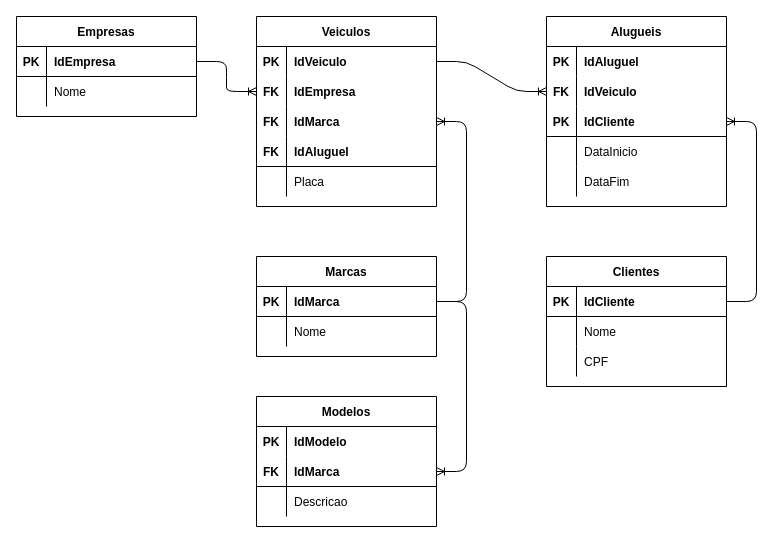
Above: page "logico" (2 of 2) of sprint-1-bd/exercicios/1.2-exercicio-locadora/01_modelagem_conceitual-logico.drawio in RegisMagalhaes/LovePets (draw.io), before the change. Source tidied: cells renumbered, new cells numbered last; positions are measured from the earlier drawing's top-left corner, leaving out a move shared by most shapes. Both pictures are drawn from the tidied source at 100%, with x=0, y=0 at pixel (16, 16).
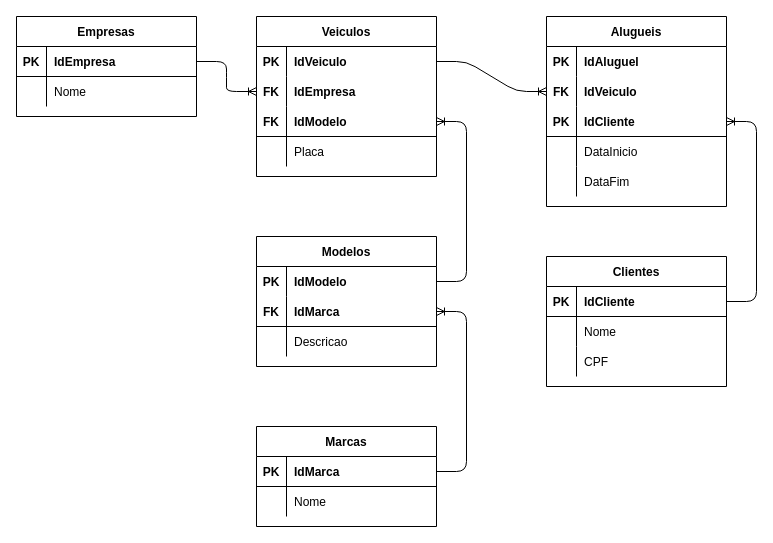
The same diagram, later.

Unchanged cells that the change refers to:
```xml
<mxCell id="27" style="shape=partialRectangle;fillColor=none;top=0;left=0;bottom=1;right=0;points=[[0,0.5],[1,0.5]];portConstraint=eastwest;" parent="26" vertex="1">
  <mxGeometry y="30" width="180" height="30" as="geometry" />
</mxCell>
<mxCell id="35" style="shape=partialRectangle;fillColor=none;top=0;left=0;bottom=1;right=0;points=[[0,0.5],[1,0.5]];portConstraint=eastwest;strokeColor=none;" parent="34" vertex="1">
  <mxGeometry y="30" width="180" height="30" as="geometry" />
</mxCell>
<mxCell id="38" style="shape=partialRectangle;fillColor=none;top=0;left=0;bottom=1;right=0;points=[[0,0.5],[1,0.5]];portConstraint=eastwest;" parent="34" vertex="1">
  <mxGeometry y="60" width="180" height="30" as="geometry" />
</mxCell>
```

What changed in the source:
```diff
@@
     <mxCell id="9" value="Veiculos" style="shape=table;startSize=30;childLayout=tableLayout;rowLines=0;fontStyle=1;align=center;" parent="1" vertex="1">
-      <mxGeometry x="240" width="180" height="190" as="geometry" />
+      <mxGeometry x="240" width="180" height="160" as="geometry" />
     </mxCell>
@@
-    <mxCell id="16" style="shape=partialRectangle;fillColor=none;top=0;left=0;bottom=1;right=0;points=[[0,0.5],[1,0.5]];portConstraint=eastwest;strokeColor=none;" parent="9" vertex="1">
-      <mxGeometry y="90" width="180" height="30" as="geometry" />
-    </mxCell>
-    <mxCell id="17" value="FK" style="shape=partialRectangle;fillColor=none;top=0;left=0;bottom=0;right=0;fontStyle=1;overflow=hidden;" parent="16" vertex="1">
-      <mxGeometry width="30" height="30" as="geometry" />
-    </mxCell>
-    <mxCell id="18" value="IdMarca" style="shape=partialRectangle;fillColor=none;top=0;left=0;bottom=0;right=0;align=left;spacingLeft=6;fontStyle=1;overflow=hidden;" parent="16" vertex="1">
-      <mxGeometry x="30" width="150" height="30" as="geometry" />
-    </mxCell>
     <mxCell id="19" style="shape=partialRectangle;fillColor=none;top=0;left=0;bottom=1;right=0;points=[[0,0.5],[1,0.5]];portConstraint=eastwest;" parent="9" vertex="1">
-      <mxGeometry y="120" width="180" height="30" as="geometry" />
+      <mxGeometry y="90" width="180" height="30" as="geometry" />
     </mxCell>
@@
-    <mxCell id="21" value="IdAluguel" style="shape=partialRectangle;fillColor=none;top=0;left=0;bottom=0;right=0;align=left;spacingLeft=6;fontStyle=1;overflow=hidden;" parent="19" vertex="1">
+    <mxCell id="21" value="IdModelo" style="shape=partialRectangle;fillColor=none;top=0;left=0;bottom=0;right=0;align=left;spacingLeft=6;fontStyle=1;overflow=hidden;" parent="19" vertex="1">
       <mxGeometry x="30" width="150" height="30" as="geometry" />
     </mxCell>
     <mxCell id="22" style="shape=partialRectangle;fillColor=none;top=0;left=0;bottom=0;right=0;" parent="9" vertex="1">
-      <mxGeometry y="150" width="180" height="30" as="geometry" />
+      <mxGeometry y="120" width="180" height="30" as="geometry" />
     </mxCell>
@@
     <mxCell id="26" value="Marcas" style="shape=table;startSize=30;childLayout=tableLayout;rowLines=0;fontStyle=1;align=center;" parent="1" vertex="1">
-      <mxGeometry x="240" y="240" width="180" height="100" as="geometry" />
+      <mxGeometry x="240" y="410" width="180" height="100" as="geometry" />
     </mxCell>
@@
-    <mxCell id="33" style="edgeStyle=entityRelationEdgeStyle;fontSize=12;html=1;endArrow=ERoneToMany;" parent="1" edge="1" source="27" target="16">
-      <mxGeometry relative="1" as="geometry" />
-    </mxCell>
     <mxCell id="34" value="Modelos" style="shape=table;startSize=30;childLayout=tableLayout;rowLines=0;fontStyle=1;align=center;" parent="1" vertex="1">
-      <mxGeometry x="240" y="380" width="180" height="130" as="geometry" />
+      <mxGeometry x="240" y="220" width="180" height="130" as="geometry" />
     </mxCell>
@@
-    <mxCell id="44" style="edgeStyle=entityRelationEdgeStyle;fontSize=12;html=1;endArrow=ERoneToMany;" parent="1" edge="1" source="27" target="38">
-      <mxGeometry relative="1" as="geometry" />
-    </mxCell>
@@
+    <mxCell id="44" style="edgeStyle=entityRelationEdgeStyle;fontSize=12;html=1;endArrow=ERoneToMany;" parent="1" edge="1" source="27" target="38">
+      <mxGeometry relative="1" as="geometry" />
+    </mxCell>
+    <mxCell id="73" style="edgeStyle=entityRelationEdgeStyle;fontSize=12;html=1;endArrow=ERoneToMany;" parent="1" edge="1" source="35" target="19">
+      <mxGeometry relative="1" as="geometry" />
+    </mxCell>
```
